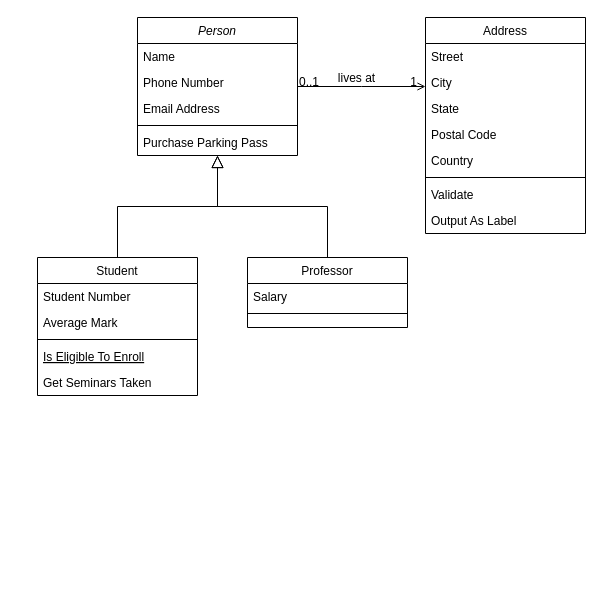
Mr-wangk/test keeps this draw.io diagram as 未命名绘图.drawio. Above is the earlier version. Source tidied: cells renumbered, new cells numbered last; positions are measured from the earlier drawing's top-left corner, leaving out a move shared by most shapes. Both pictures are drawn from the tidied source at 100%, with x=0, y=0 at pixel (37, 17).
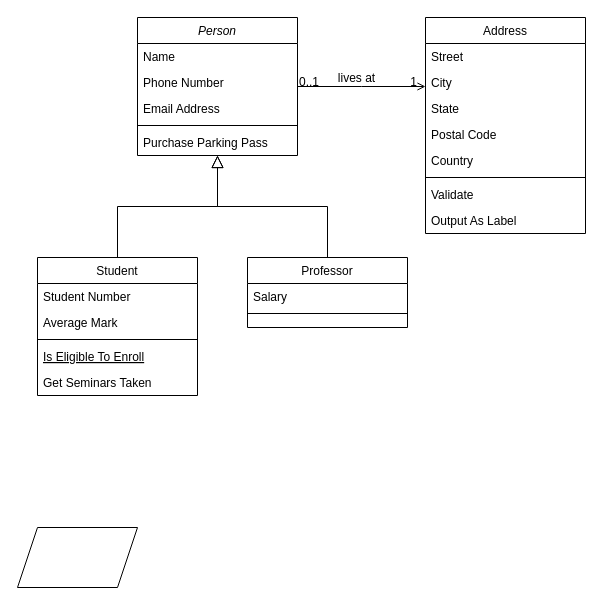
Above is the later version.

Commit message:
更新未命名绘图.drawio

The edit, as a diff of the source:
```diff
@@
+    <mxCell id="32" style="shape=parallelogram;perimeter=parallelogramPerimeter;whiteSpace=wrap;html=1;fixedSize=1;" parent="1" vertex="1">
+      <mxGeometry x="-20" y="510" width="120" height="60" as="geometry" />
+    </mxCell>
```
